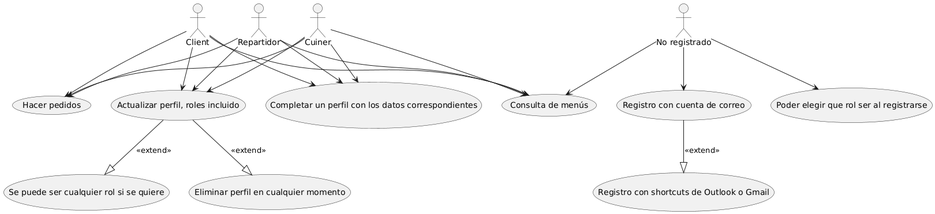
Earlier version of the PlantUML export documents/Diagrames Casos d'Us/Diagrames/Diagrama Caso de uso B1.png (dabien3/ES25UAB-511-05).
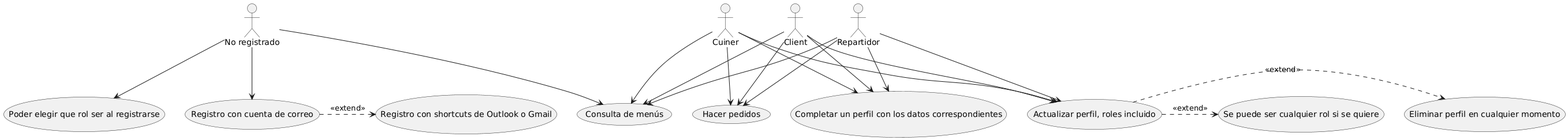
The same diagram one commit later.

Change to the diagram source:
```diff
@@ -32,7 +32,7 @@
 n --> R8
 
 
-R3 --|> R4: <<extend>>
-R6 --|> R7 : <<extend>>
-R6 --|> R9 : <<extend>>
+R3 .> R4: <<extend>>
+R6 .> R7 : <<extend>>
+R6 .> R9 : <<extend>>
 @enduml
```
